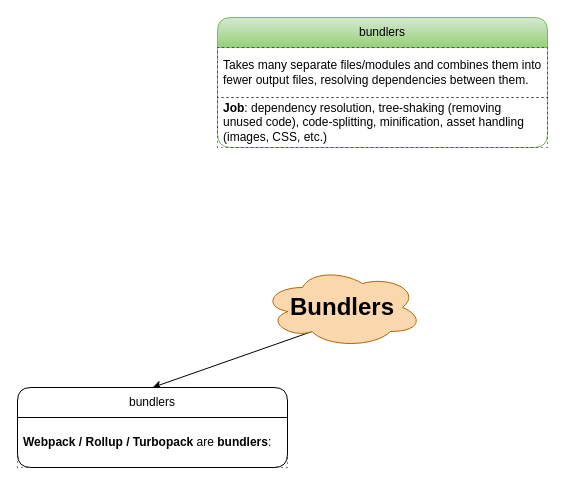
Before: others/bundlers/bundlers.dio in knkrn5/Programming-Concepts, a draw.io diagram. Source tidied: cells renumbered, new cells numbered last; positions are measured from the earlier drawing's top-left corner, leaving out a move shared by most shapes. Both pictures are drawn from the tidied source at 100%, with x=0, y=0 at pixel (17, 17).
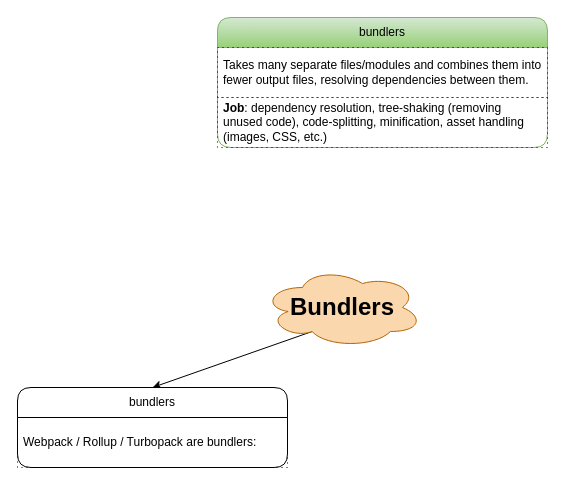
The same page after the edit.

Change to the diagram source:
```diff
@@
 <mxGraphModel background="#ffffff">
   <root>
     <mxCell id="0" />
     <mxCell id="1" parent="0" />
     <mxCell id="2" style="edgeStyle=none;html=1;exitX=0.31;exitY=0.8;exitDx=0;exitDy=0;exitPerimeter=0;entryX=0.5;entryY=0;entryDx=0;entryDy=0;" parent="1" edge="1" source="3" target="4">
       <mxGeometry relative="1" as="geometry" />
     </mxCell>
     <mxCell id="3" value="&lt;font style=&quot;font-size: 24px;&quot;&gt;&lt;b&gt;Bundlers&lt;/b&gt;&lt;/font&gt;" style="ellipse;shape=cloud;whiteSpace=wrap;html=1;fillColor=#fad7ac;strokeColor=#b46504;" parent="1" vertex="1">
       <mxGeometry x="245" y="250" width="160" height="80" as="geometry" />
     </mxCell>
     <mxCell id="4" value="bundlers" style="swimlane;fontStyle=0;horizontal=1;startSize=30;whiteSpace=wrap;html=1;rounded=1;" parent="1" vertex="1">
       <mxGeometry y="370" width="270" height="80" as="geometry" />
     </mxCell>
-    <mxCell id="5" value="&lt;strong&gt;Webpack / Rollup / Turbopack&lt;/strong&gt; are &lt;strong&gt;bundlers&lt;/strong&gt;:" style="text;strokeColor=default;fillColor=none;align=left;verticalAlign=middle;spacingLeft=4;spacingRight=4;overflow=hidden;whiteSpace=wrap;html=1;dashed=1;dashPattern=1 4;" parent="4" vertex="1">
+    <mxCell id="5" value="&lt;span style=&quot;&quot;&gt;Webpack / Rollup / Turbopack&lt;/span&gt; are &lt;span style=&quot;&quot;&gt;bundlers&lt;/span&gt;:" style="text;strokeColor=default;fillColor=none;align=left;verticalAlign=middle;spacingLeft=4;spacingRight=4;overflow=hidden;whiteSpace=wrap;html=1;dashed=1;dashPattern=1 4;" parent="4" vertex="1">
       <mxGeometry y="30" width="270" height="50" as="geometry" />
     </mxCell>
     <mxCell id="6" value="bundlers" style="swimlane;fontStyle=0;horizontal=1;startSize=30;whiteSpace=wrap;html=1;rounded=1;fillColor=#d5e8d4;gradientColor=#97d077;strokeColor=#82b366;" parent="1" vertex="1">
       <mxGeometry x="200" width="330" height="130" as="geometry" />
     </mxCell>
     <mxCell id="7" value="Takes many separate files/modules and combines them into fewer output files, resolving dependencies between them." style="text;strokeColor=default;fillColor=none;align=left;verticalAlign=middle;spacingLeft=4;spacingRight=4;overflow=hidden;whiteSpace=wrap;html=1;dashed=1;dashPattern=1 4;" parent="6" vertex="1">
       <mxGeometry y="30" width="330" height="50" as="geometry" />
     </mxCell>
     <mxCell id="8" value="&lt;strong&gt;Job&lt;/strong&gt;: dependency resolution, tree-shaking (removing unused code), code-splitting, minification, asset handling (images, CSS, etc.)" style="text;strokeColor=default;fillColor=none;align=left;verticalAlign=middle;spacingLeft=4;spacingRight=4;overflow=hidden;whiteSpace=wrap;html=1;dashed=1;dashPattern=1 4;" parent="6" vertex="1">
       <mxGeometry y="80" width="330" height="50" as="geometry" />
     </mxCell>
   </root>
 </mxGraphModel>
```
